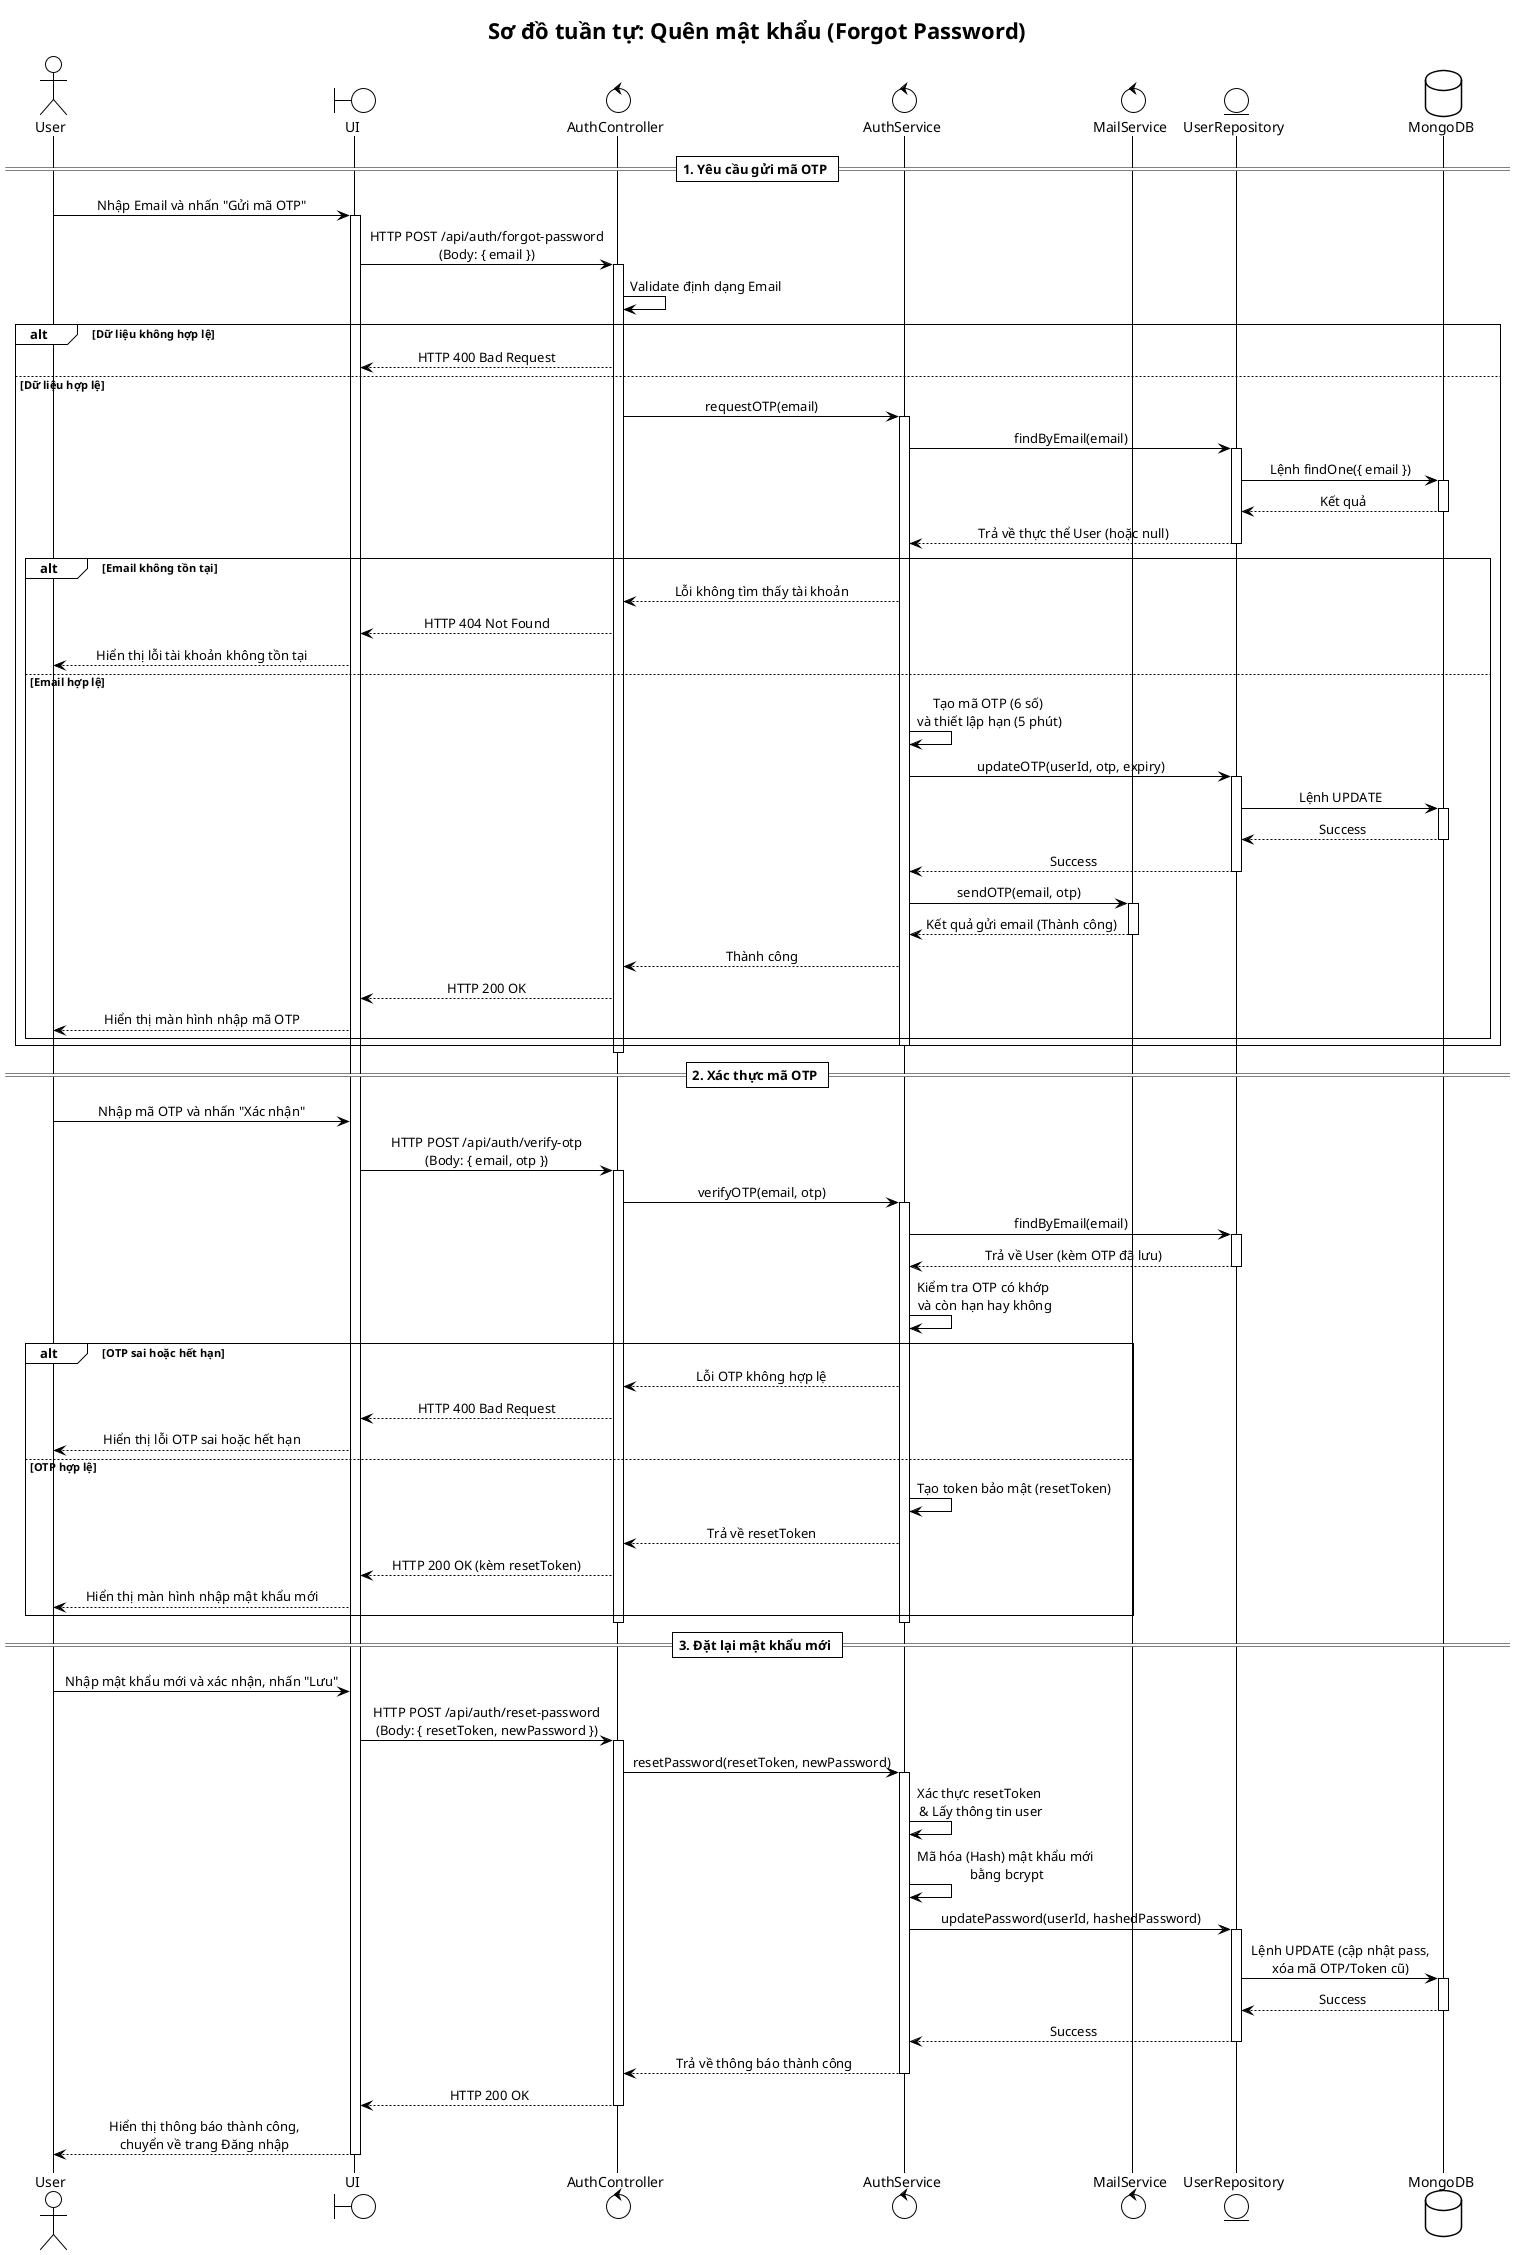
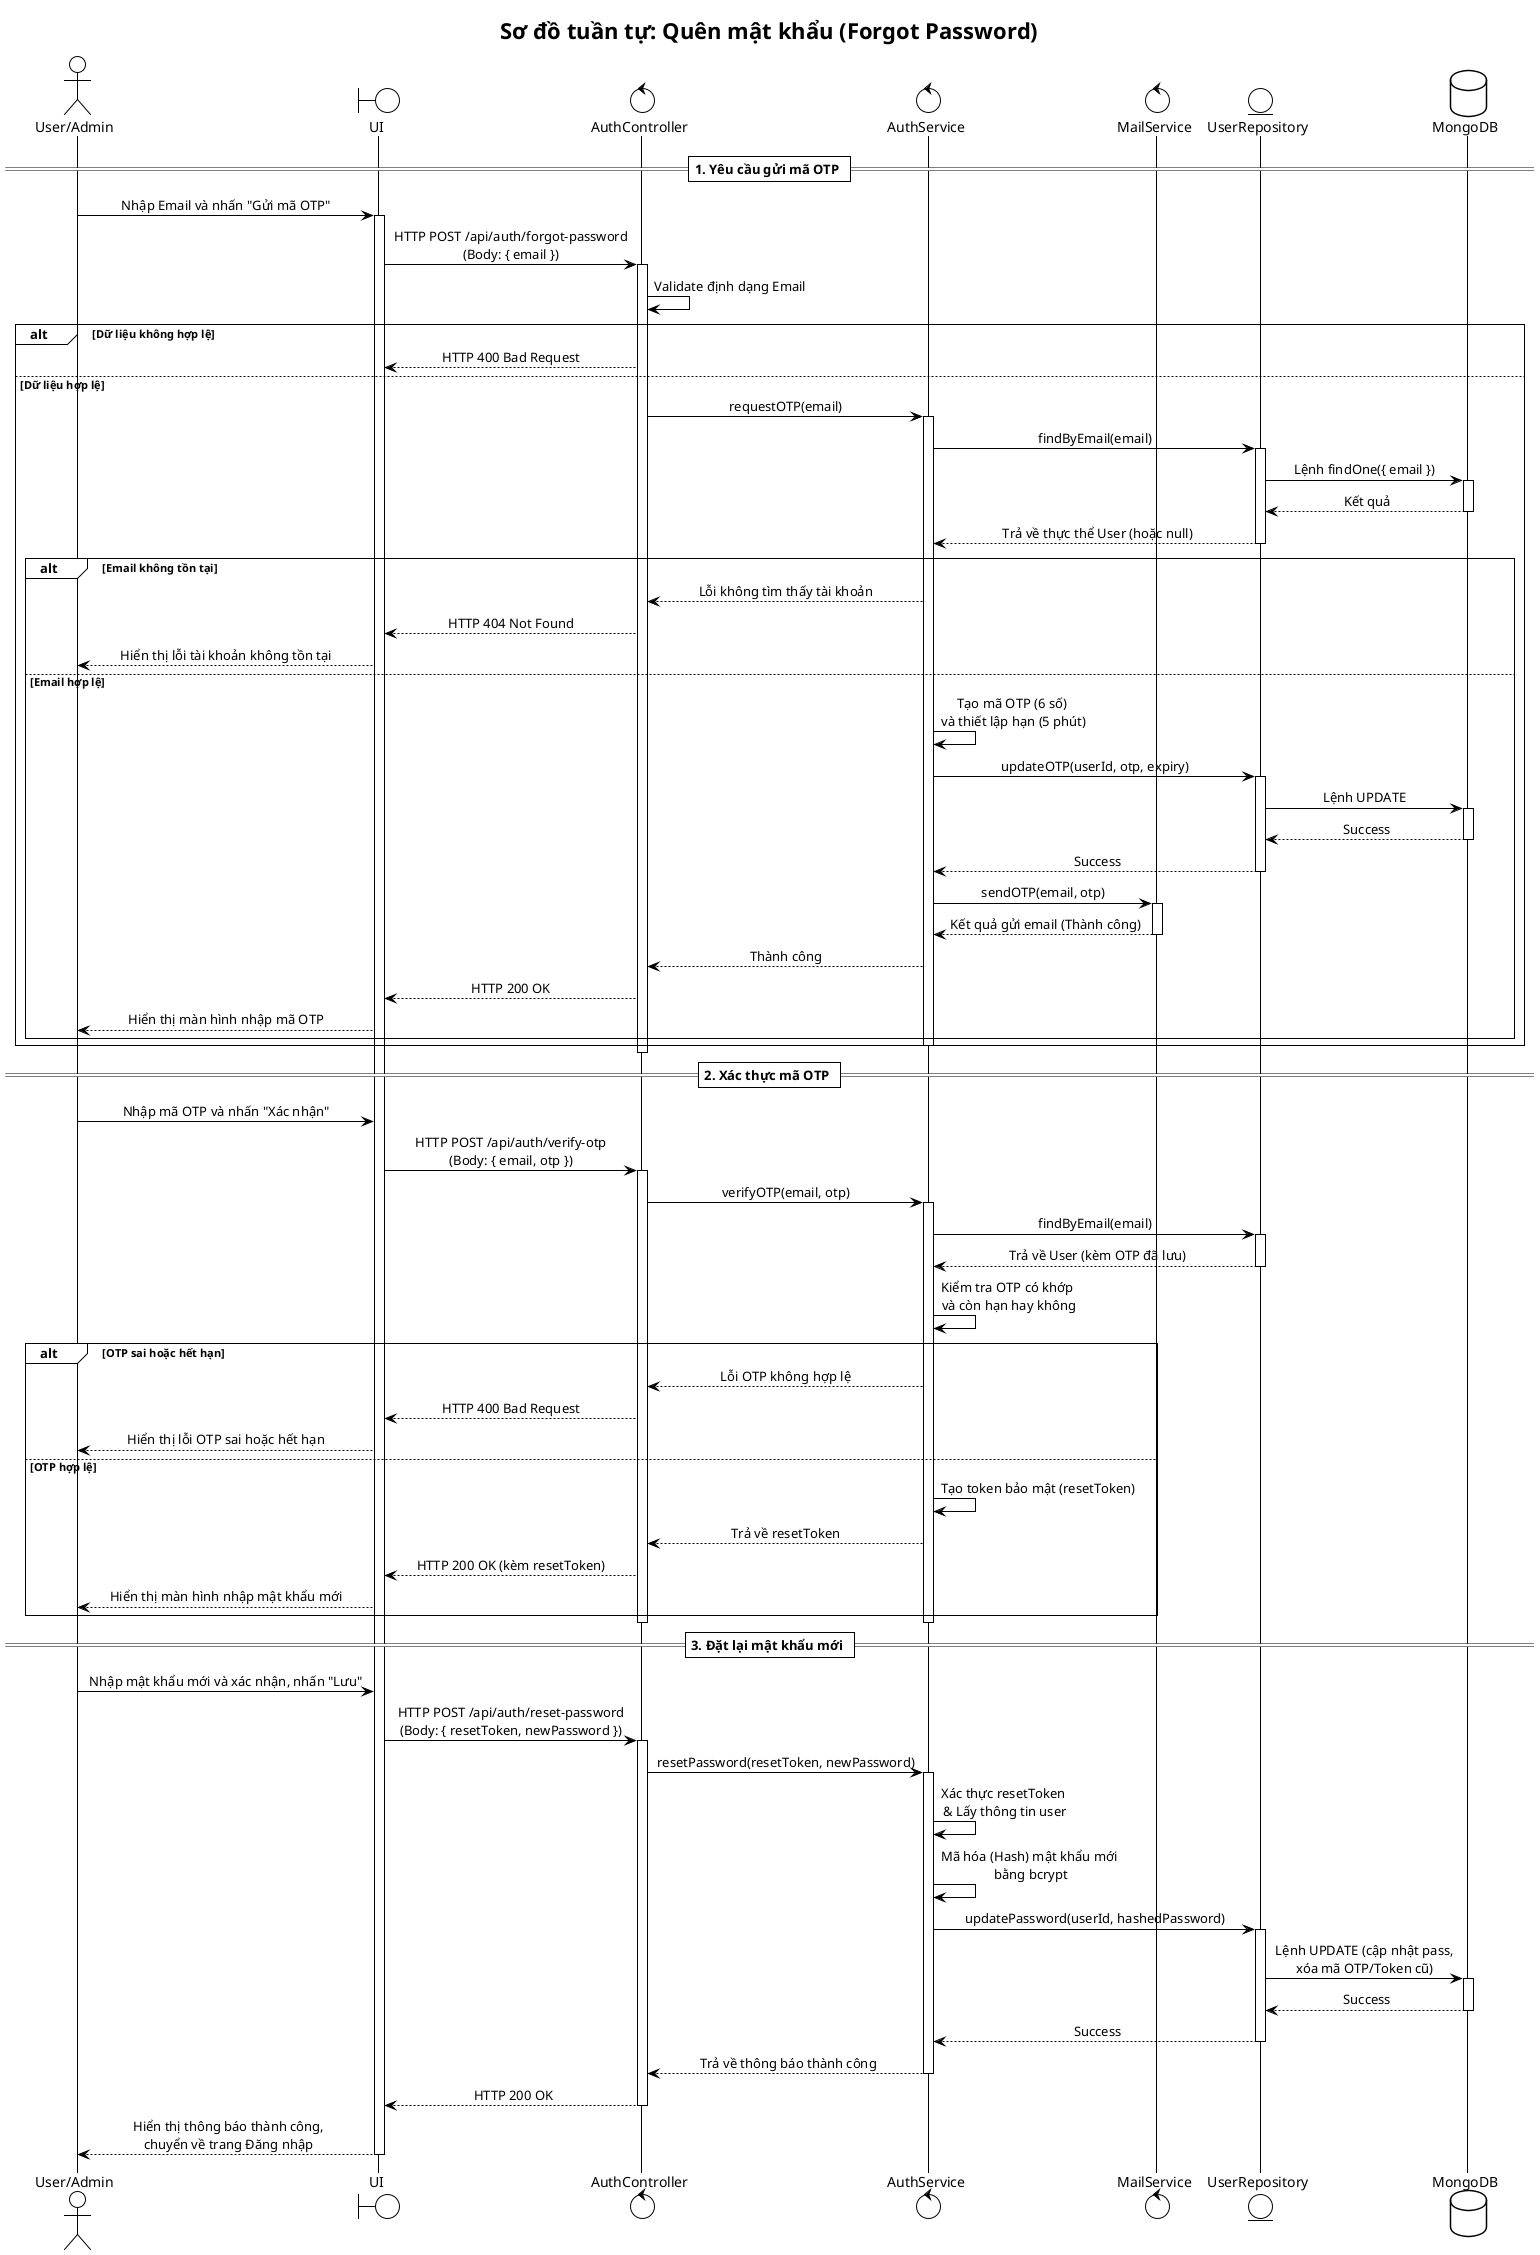
@startuml
!theme plain
skinparam SequenceMessageAlign center
skinparam linetype ortho

title Sơ đồ tuần tự: Quên mật khẩu (Forgot Password)

- actor "User" as User
+ actor "User/Admin" as User
boundary "UI" as UI
control "AuthController" as Controller
control "AuthService" as Service
control "MailService" as Mailer
entity "UserRepository" as Repository
database "MongoDB" as DB

== 1. Yêu cầu gửi mã OTP ==

User -> UI : Nhập Email và nhấn "Gửi mã OTP"
activate UI

UI -> Controller : HTTP POST /api/auth/forgot-password\n(Body: { email })
activate Controller

' Xác thực dữ liệu đầu vào
Controller -> Controller : Validate định dạng Email
alt Dữ liệu không hợp lệ
    Controller --> UI : HTTP 400 Bad Request
else Dữ liệu hợp lệ
    Controller -> Service : requestOTP(email)
    activate Service

    ' Tương tác với DB để tìm User
    Service -> Repository : findByEmail(email)
    activate Repository
    Repository -> DB : Lệnh findOne({ email })
    activate DB
    DB --> Repository : Kết quả
    deactivate DB
    Repository --> Service : Trả về thực thể User (hoặc null)
    deactivate Repository

    alt Email không tồn tại
        Service --> Controller : Lỗi không tìm thấy tài khoản
        Controller --> UI : HTTP 404 Not Found
        UI --> User : Hiển thị lỗi tài khoản không tồn tại
    else Email hợp lệ
        ' Xử lý nghiệp vụ tạo OTP
        Service -> Service : Tạo mã OTP (6 số) \nvà thiết lập hạn (5 phút)

        Service -> Repository : updateOTP(userId, otp, expiry)
        activate Repository
        Repository -> DB : Lệnh UPDATE
        activate DB
        DB --> Repository : Success
        deactivate DB
        Repository --> Service : Success
        deactivate Repository

        ' Gửi email thông qua MailService
        Service -> Mailer : sendOTP(email, otp)
        activate Mailer
        Mailer --> Service : Kết quả gửi email (Thành công)
        deactivate Mailer

        Service --> Controller : Thành công
        Controller --> UI : HTTP 200 OK
        UI --> User : Hiển thị màn hình nhập mã OTP
    end
    deactivate Service
end
deactivate Controller

== 2. Xác thực mã OTP ==

User -> UI : Nhập mã OTP và nhấn "Xác nhận"

UI -> Controller : HTTP POST /api/auth/verify-otp\n(Body: { email, otp })
activate Controller

Controller -> Service : verifyOTP(email, otp)
activate Service

Service -> Repository : findByEmail(email)
activate Repository
Repository --> Service : Trả về User (kèm OTP đã lưu)
deactivate Repository

Service -> Service : Kiểm tra OTP có khớp \nvà còn hạn hay không

alt OTP sai hoặc hết hạn
    Service --> Controller : Lỗi OTP không hợp lệ
    Controller --> UI : HTTP 400 Bad Request
    UI --> User : Hiển thị lỗi OTP sai hoặc hết hạn
else OTP hợp lệ
    Service -> Service : Tạo token bảo mật (resetToken)
    Service --> Controller : Trả về resetToken
    Controller --> UI : HTTP 200 OK (kèm resetToken)
    UI --> User : Hiển thị màn hình nhập mật khẩu mới
end
deactivate Service
deactivate Controller

== 3. Đặt lại mật khẩu mới ==

User -> UI : Nhập mật khẩu mới và xác nhận, nhấn "Lưu"

UI -> Controller : HTTP POST /api/auth/reset-password\n(Body: { resetToken, newPassword })
activate Controller

Controller -> Service : resetPassword(resetToken, newPassword)
activate Service

Service -> Service : Xác thực resetToken \n& Lấy thông tin user
Service -> Service : Mã hóa (Hash) mật khẩu mới \nbằng bcrypt

Service -> Repository : updatePassword(userId, hashedPassword)
activate Repository
Repository -> DB : Lệnh UPDATE (cập nhật pass,\nxóa mã OTP/Token cũ)
activate DB
DB --> Repository : Success
deactivate DB
Repository --> Service : Success
deactivate Repository

Service --> Controller : Trả về thông báo thành công
deactivate Service

Controller --> UI : HTTP 200 OK
deactivate Controller

UI --> User : Hiển thị thông báo thành công,\nchuyển về trang Đăng nhập
deactivate UI

@enduml
